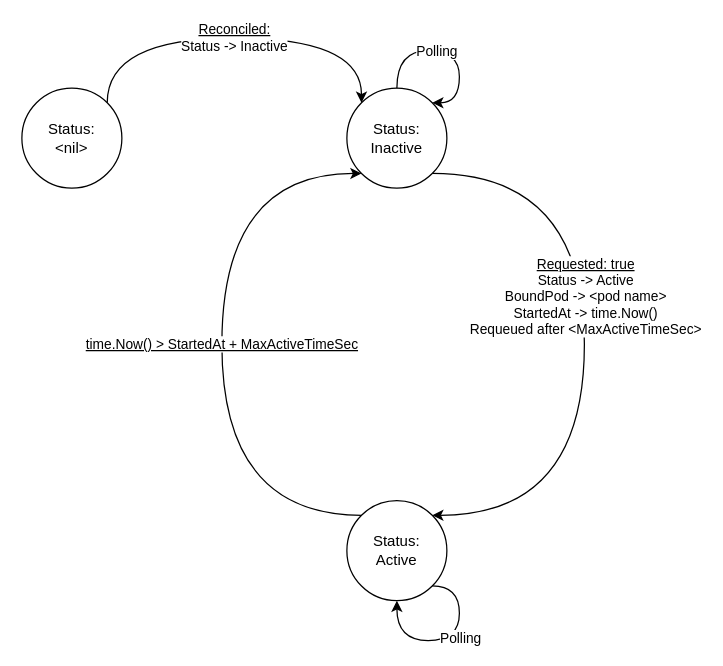
Before: Untitled Diagram.drawio in edward-morgan/k8s-scalablepod-operator, a draw.io diagram. Source tidied: cells renumbered, new cells numbered last; positions are measured from the earlier drawing's top-left corner, leaving out a move shared by most shapes. Both pictures are drawn from the tidied source at 125%, with x=0, y=0 at pixel (21, 38).
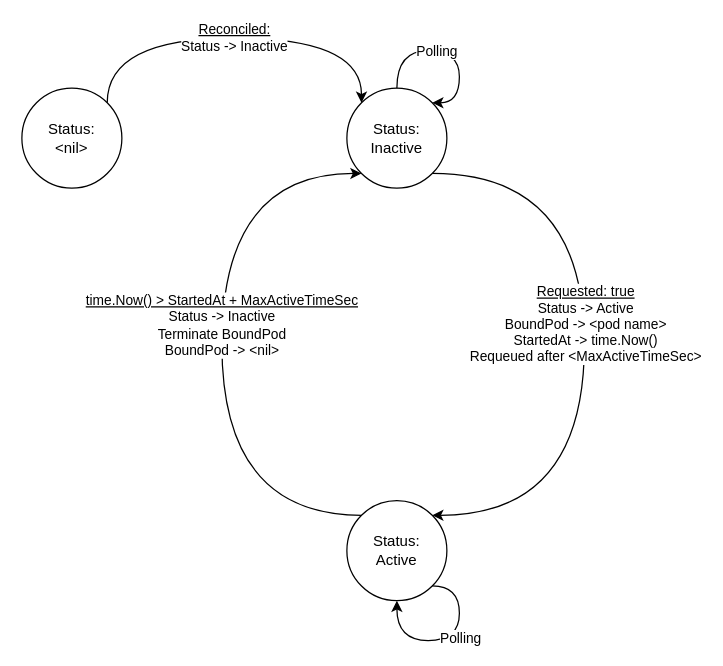
The same diagram, later.

Unchanged cells that the change refers to:
```xml
<mxCell id="5" value="&lt;div&gt;Status:&lt;/div&gt;&lt;div&gt;Active&lt;/div&gt;" style="ellipse;whiteSpace=wrap;html=1;" parent="1" vertex="1">
  <mxGeometry x="260" y="370" width="80" height="80" as="geometry" />
</mxCell>
<mxCell id="6" style="edgeStyle=orthogonalEdgeStyle;curved=1;rounded=0;jettySize=auto;html=1;exitX=1;exitY=1;exitDx=0;exitDy=0;entryX=1;entryY=0;entryDx=0;entryDy=0;" parent="1" edge="1" source="8" target="5">
  <mxGeometry relative="1" as="geometry">
    <Array as="points">
      <mxPoint x="450" y="108" />
      <mxPoint x="450" y="382" />
    </Array>
  </mxGeometry>
</mxCell>
<mxCell id="8" value="&lt;div&gt;Status:&lt;/div&gt;&lt;div&gt;Inactive&lt;br&gt;&lt;/div&gt;" style="ellipse;whiteSpace=wrap;html=1;" parent="1" vertex="1">
  <mxGeometry x="260" y="40" width="80" height="80" as="geometry" />
</mxCell>
```

The edit, as a diff of the source:
```diff
@@
-    <mxCell id="4" value="&lt;div&gt;&lt;u&gt;time.Now() &amp;gt; StartedAt + MaxActiveTimeSec&lt;/u&gt;&lt;/div&gt;" style="edgeStyle=orthogonalEdgeStyle;curved=1;rounded=0;jettySize=auto;html=1;exitX=0;exitY=0;exitDx=0;exitDy=0;entryX=0;entryY=1;entryDx=0;entryDy=0;" parent="1" edge="1" source="5" target="8">
-      <mxGeometry relative="1" as="geometry">
+    <mxCell id="4" value="&lt;div&gt;&lt;u&gt;time.Now() &amp;gt; StartedAt + MaxActiveTimeSec&lt;/u&gt;&lt;/div&gt;&lt;div&gt;Status -&amp;gt; Inactive&lt;/div&gt;&lt;div&gt;Terminate BoundPod&lt;/div&gt;&lt;div&gt;BoundPod -&amp;gt; &amp;lt;nil&amp;gt;&lt;/div&gt;" style="edgeStyle=orthogonalEdgeStyle;curved=1;rounded=0;jettySize=auto;html=1;exitX=0;exitY=0;exitDx=0;exitDy=0;entryX=0;entryY=1;entryDx=0;entryDy=0;" parent="1" edge="1" source="5" target="8">
+      <mxGeometry x="0.06" relative="1" as="geometry">
         <Array as="points">
           <mxPoint x="160" y="382" />
           <mxPoint x="160" y="108" />
         </Array>
       </mxGeometry>
     </mxCell>
@@
     <mxCell id="7" value="&lt;div&gt;&lt;u&gt;Requested: true&lt;/u&gt;&lt;/div&gt;&lt;div&gt;Status -&amp;gt; Active&lt;/div&gt;&lt;div&gt;BoundPod -&amp;gt; &amp;lt;pod name&amp;gt;&lt;/div&gt;&lt;div&gt;StartedAt -&amp;gt; time.Now()&lt;br&gt;&lt;/div&gt;&lt;div&gt;Requeued after &amp;lt;MaxActiveTimeSec&amp;gt;&lt;br&gt;&lt;/div&gt;" style="edgeLabel;html=1;align=center;verticalAlign=middle;" parent="6" vertex="1">
       <mxGeometry x="-0.24" relative="1" as="geometry">
-        <mxPoint y="24" as="offset" />
+        <mxPoint y="46" as="offset" />
       </mxGeometry>
     </mxCell>
```
